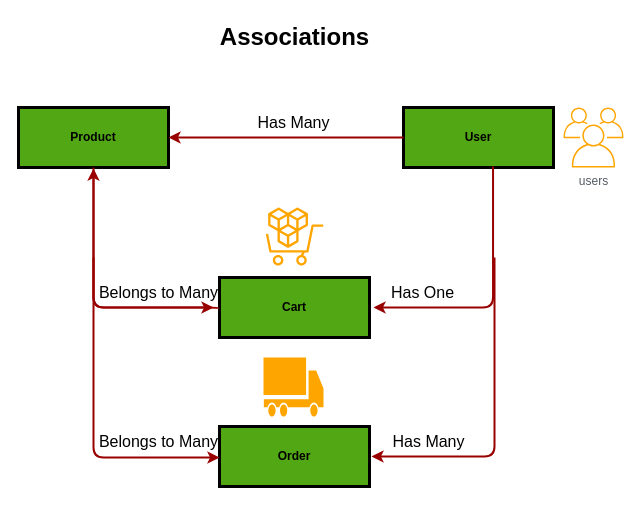
This is page "e-shop" (1 of 5) of Untitled Diagram.drawio from PhoenixYork166/Nodejs-MySQL, a draw.io file, before an edit. Source tidied: cells renumbered, new cells numbered last; positions are measured from the earlier drawing's top-left corner, leaving out a move shared by most shapes. Both pictures are drawn from the tidied source at 100%, with x=0, y=0 at pixel (18, 17).
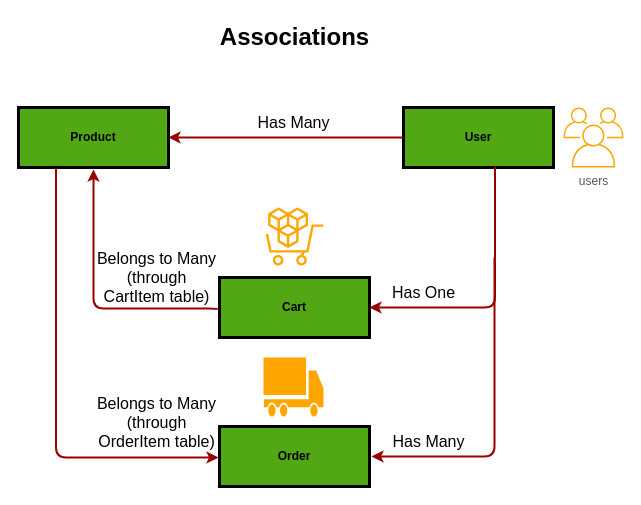
Above is the later version.

Unchanged cells that the change refers to:
```xml
<mxCell id="2" value="Product" style="whiteSpace=wrap;align=center;color=#ffffff;verticalAlign=middle;fontStyle=1;strokeWidth=3;color:#ffffff;fillColor=#52a814;" parent="1" vertex="1">
  <mxGeometry y="90" width="150" height="60" as="geometry" />
</mxCell>
<mxCell id="8" value="User" style="whiteSpace=wrap;align=center;color=#ffffff;verticalAlign=middle;fontStyle=1;strokeWidth=3;fillColor=#52a814;" parent="1" vertex="1">
  <mxGeometry x="385" y="90" width="150" height="60" as="geometry" />
</mxCell>
```

Diff of the diagram source:
```diff
@@
-    <mxCell id="3" style="edgeStyle=elbowEdgeStyle;elbow=vertical;strokeColor=#990000;strokeWidth=2;exitX=0.5;exitY=1;exitDx=0;exitDy=0;" parent="1" edge="1" source="2">
-      <mxGeometry relative="1" as="geometry">
-        <mxPoint x="195" y="290" as="targetPoint" />
-        <Array as="points">
-          <mxPoint x="135" y="290" />
-        </Array>
-      </mxGeometry>
-    </mxCell>
@@
-    <mxCell id="6" value="Belongs to Many" style="text;html=1;align=center;verticalAlign=middle;whiteSpace=wrap;rounded=0;fontSize=16;" parent="1" vertex="1">
-      <mxGeometry x="65" y="260" width="151" height="30" as="geometry" />
+    <mxCell id="6" value="Belongs to Many&lt;div&gt;(through&lt;/div&gt;&lt;div&gt;CartItem table)&lt;/div&gt;" style="text;html=1;align=center;verticalAlign=middle;whiteSpace=wrap;rounded=0;fontSize=16;" parent="1" vertex="1">
+      <mxGeometry x="63" y="245" width="151" height="30" as="geometry" />
     </mxCell>
@@
-    <mxCell id="12" style="edgeStyle=elbowEdgeStyle;elbow=vertical;strokeColor=#990000;strokeWidth=2;exitX=0.597;exitY=0.984;exitDx=0;exitDy=0;exitPerimeter=0;" parent="1" edge="1" source="8">
+    <mxCell id="12" style="edgeStyle=elbowEdgeStyle;elbow=vertical;strokeColor=#990000;strokeWidth=2;exitX=0.597;exitY=0.984;exitDx=0;exitDy=0;exitPerimeter=0;entryX=0.139;entryY=1;entryDx=0;entryDy=0;entryPerimeter=0;" parent="1" edge="1" target="13">
       <mxGeometry relative="1" as="geometry">
-        <mxPoint x="355" y="290" as="targetPoint" />
+        <mxPoint x="476.5" y="149" as="sourcePoint" />
         <Array as="points">
-          <mxPoint x="415" y="290" />
+          <mxPoint x="417" y="290" />
         </Array>
       </mxGeometry>
     </mxCell>
     <mxCell id="13" value="Has One" style="text;html=1;align=center;verticalAlign=middle;whiteSpace=wrap;rounded=0;fontSize=16;" parent="1" vertex="1">
-      <mxGeometry x="329" y="260" width="151" height="30" as="geometry" />
+      <mxGeometry x="330" y="260" width="151" height="30" as="geometry" />
     </mxCell>
@@
-    <mxCell id="15" style="edgeStyle=elbowEdgeStyle;elbow=vertical;strokeColor=#990000;strokeWidth=2;" parent="1" edge="1">
-      <mxGeometry relative="1" as="geometry">
-        <mxPoint x="75" y="240" as="sourcePoint" />
-        <mxPoint x="201" y="440.5" as="targetPoint" />
-        <Array as="points">
-          <mxPoint x="85" y="440" />
-        </Array>
-      </mxGeometry>
-    </mxCell>
-    <mxCell id="16" value="Belongs to Many" style="text;html=1;align=center;verticalAlign=middle;whiteSpace=wrap;rounded=0;fontSize=16;" parent="1" vertex="1">
-      <mxGeometry x="65" y="409" width="151" height="30" as="geometry" />
+    <mxCell id="16" value="Belongs to Many&lt;div&gt;(through&lt;/div&gt;&lt;div&gt;OrderItem table)&lt;/div&gt;" style="text;html=1;align=center;verticalAlign=middle;whiteSpace=wrap;rounded=0;fontSize=16;" parent="1" vertex="1">
+      <mxGeometry x="63" y="390" width="151" height="30" as="geometry" />
     </mxCell>
@@
     <mxCell id="20" style="edgeStyle=elbowEdgeStyle;elbow=vertical;strokeColor=#990000;strokeWidth=2;exitX=0.893;exitY=1.039;exitDx=0;exitDy=0;exitPerimeter=0;" parent="1" edge="1">
       <mxGeometry relative="1" as="geometry">
-        <mxPoint x="199.8" y="291.2" as="sourcePoint" />
-        <mxPoint x="75" y="151" as="targetPoint" />
+        <mxPoint x="199.8" y="292.2" as="sourcePoint" />
+        <mxPoint x="75" y="152" as="targetPoint" />
         <Array as="points">
-          <mxPoint x="135" y="290" />
+          <mxPoint x="135" y="291" />
         </Array>
       </mxGeometry>
     </mxCell>
+    <mxCell id="21" style="edgeStyle=elbowEdgeStyle;elbow=vertical;strokeColor=#990000;strokeWidth=2;exitX=0.25;exitY=1;exitDx=0;exitDy=0;" parent="1" edge="1" source="2">
+      <mxGeometry relative="1" as="geometry">
+        <mxPoint x="200" y="440" as="targetPoint" />
+        <Array as="points">
+          <mxPoint x="210" y="440" />
+        </Array>
+      </mxGeometry>
+    </mxCell>
```
